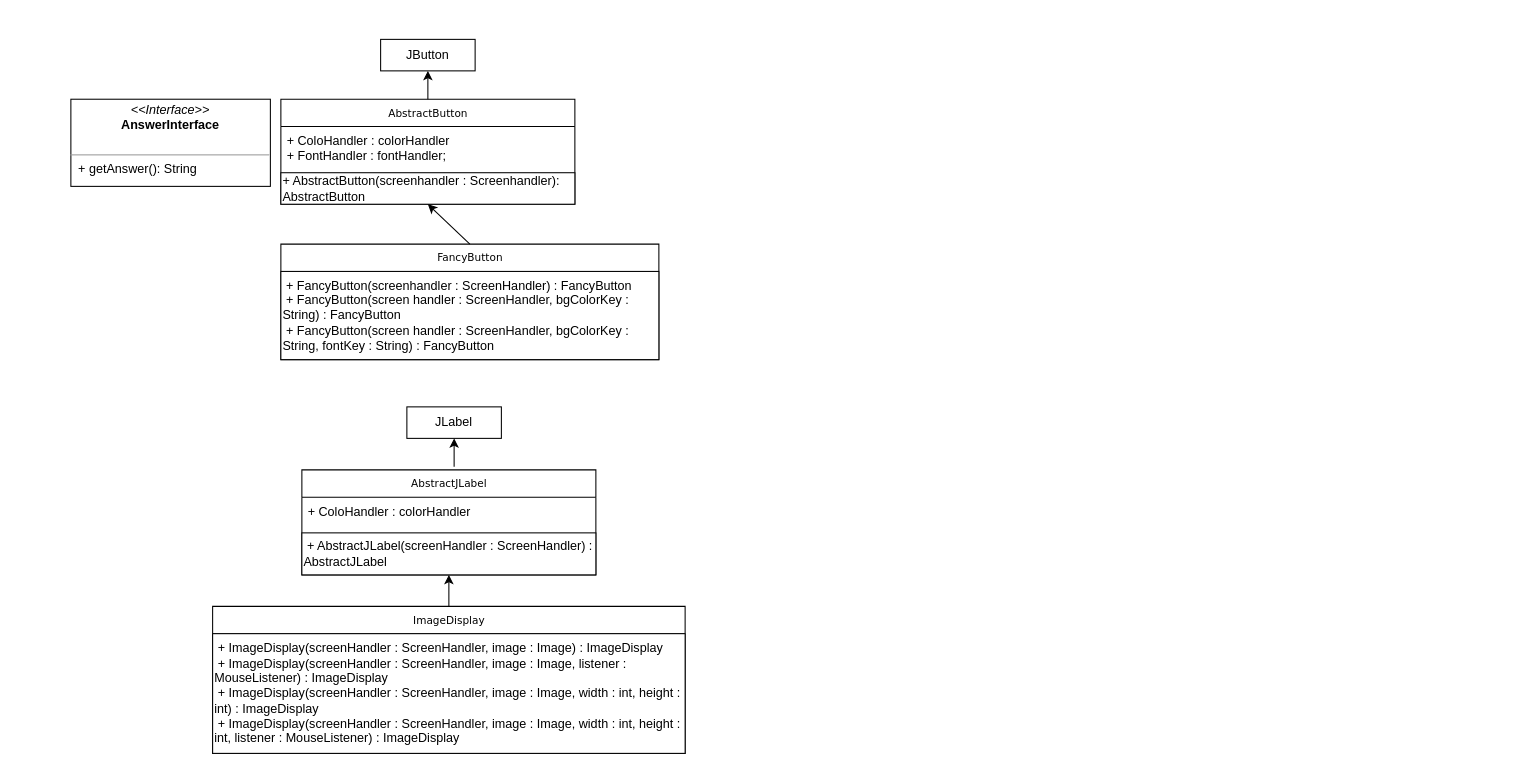
The draw.io diagram Klassenstrukturen/Untitled Diagram.drawio in JulianGottfried/ATdIT_Gruppe2, before the edit. Source tidied: cells renumbered, new cells numbered last; positions are measured from the earlier drawing's top-left corner, leaving out a move shared by most shapes. Both pictures are drawn from the tidied source at 105%, with x=0, y=0 at pixel (70, 39).
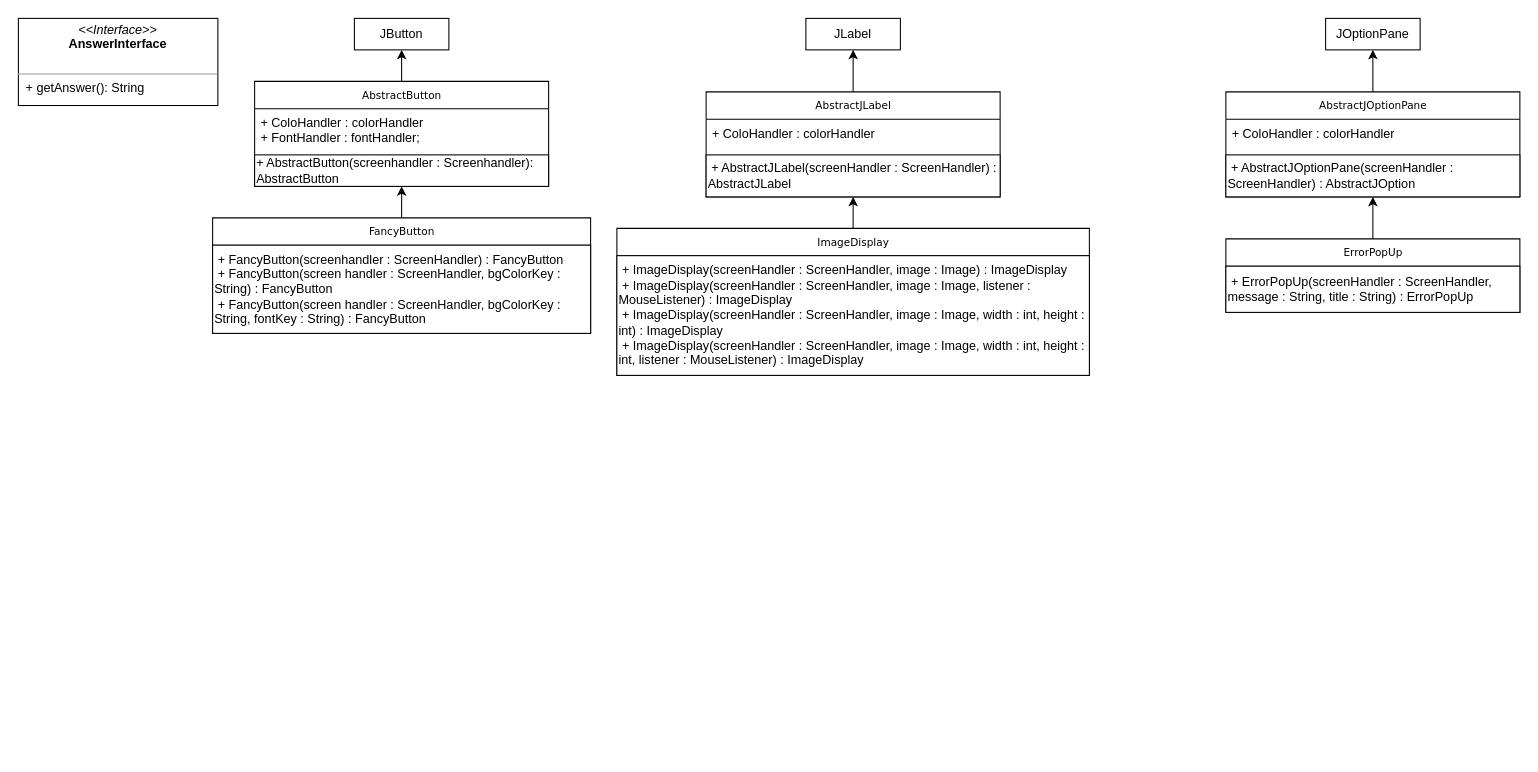
The same page after the edit.

The change refers to these unchanged cells:
```xml
<mxCell id="14" value="&amp;nbsp;+ AbstractJLabel(screenHandler : ScreenHandler) : AbstractJLabel" style="rounded=0;whiteSpace=wrap;html=1;align=left;" parent="12" vertex="1">
  <mxGeometry y="60" width="280" height="40" as="geometry" />
</mxCell>
```

Change to the diagram source:
```diff
@@
     <mxCell id="2" value="AbstractButton" style="swimlane;html=1;fontStyle=0;horizontal=1;startSize=26;fillColor=none;swimlaneFillColor=#ffffff;rounded=0;shadow=0;comic=0;labelBackgroundColor=none;strokeWidth=1;fontFamily=Verdana;fontSize=10;align=center;" parent="1" vertex="1">
-      <mxGeometry x="200" y="57" width="280" height="100" as="geometry" />
+      <mxGeometry x="175" y="40" width="280" height="100" as="geometry" />
     </mxCell>
@@
     <mxCell id="5" value="&lt;p style=&quot;margin: 0px ; margin-top: 4px ; text-align: center&quot;&gt;&lt;i&gt;&amp;lt;&amp;lt;Interface&amp;gt;&amp;gt;&lt;/i&gt;&lt;br&gt;&lt;b&gt;AnswerInterface&lt;/b&gt;&lt;/p&gt;&lt;p style=&quot;margin: 0px ; margin-left: 4px&quot;&gt;&lt;br&gt;&lt;/p&gt;&lt;hr size=&quot;1&quot;&gt;&lt;p style=&quot;margin: 0px ; margin-left: 4px&quot;&gt;&amp;nbsp;+ getAnswer(): String&lt;br&gt;&lt;/p&gt;" style="verticalAlign=top;align=left;overflow=fill;fontSize=12;fontFamily=Helvetica;html=1;rounded=0;shadow=0;comic=0;labelBackgroundColor=none;strokeWidth=1;" parent="1" vertex="1">
-      <mxGeometry y="57" width="190" height="83" as="geometry" />
+      <mxGeometry x="-50" y="-20" width="190" height="83" as="geometry" />
     </mxCell>
     <mxCell id="6" value="JButton" style="rounded=0;whiteSpace=wrap;html=1;" parent="1" vertex="1">
-      <mxGeometry x="295" width="90" height="30" as="geometry" />
+      <mxGeometry x="270" y="-20" width="90" height="30" as="geometry" />
     </mxCell>
@@
     <mxCell id="8" value="FancyButton" style="swimlane;html=1;fontStyle=0;horizontal=1;startSize=26;fillColor=none;swimlaneFillColor=#ffffff;rounded=0;shadow=0;comic=0;labelBackgroundColor=none;strokeWidth=1;fontFamily=Verdana;fontSize=10;align=center;" parent="1" vertex="1">
-      <mxGeometry x="200" y="195" width="360" height="110" as="geometry" />
+      <mxGeometry x="135" y="170" width="360" height="110" as="geometry" />
     </mxCell>
@@
     <mxCell id="11" value="JLabel" style="rounded=0;whiteSpace=wrap;html=1;" parent="1" vertex="1">
-      <mxGeometry x="320" y="350" width="90" height="30" as="geometry" />
+      <mxGeometry x="700" y="-20" width="90" height="30" as="geometry" />
     </mxCell>
     <mxCell id="12" value="AbstractJLabel" style="swimlane;html=1;fontStyle=0;horizontal=1;startSize=26;fillColor=none;swimlaneFillColor=#ffffff;rounded=0;shadow=0;comic=0;labelBackgroundColor=none;strokeWidth=1;fontFamily=Verdana;fontSize=10;align=center;" parent="1" vertex="1">
-      <mxGeometry x="220" y="410" width="280" height="100" as="geometry" />
+      <mxGeometry x="605" y="50" width="280" height="100" as="geometry" />
     </mxCell>
@@
-    <mxCell id="15" style="endArrow=classic;html=1;entryX=0.5;entryY=1;entryDx=0;entryDy=0;" parent="1" edge="1" target="11">
-      <mxGeometry relative="1" as="geometry">
-        <mxPoint x="365" y="407" as="sourcePoint" />
-      </mxGeometry>
+    <mxCell id="15" style="endArrow=classic;html=1;entryX=0.5;entryY=1;entryDx=0;entryDy=0;exitX=0.5;exitY=0;exitDx=0;exitDy=0;" parent="1" edge="1" source="12" target="11">
+      <mxGeometry relative="1" as="geometry" />
     </mxCell>
     <mxCell id="16" value="ImageDisplay" style="swimlane;html=1;fontStyle=0;horizontal=1;startSize=26;fillColor=none;swimlaneFillColor=#ffffff;rounded=0;shadow=0;comic=0;labelBackgroundColor=none;strokeWidth=1;fontFamily=Verdana;fontSize=10;align=center;" parent="1" vertex="1">
-      <mxGeometry x="135" y="540" width="450" height="140" as="geometry" />
+      <mxGeometry x="520" y="180" width="450" height="140" as="geometry" />
     </mxCell>
@@
     <mxCell id="18" style="endArrow=classic;html=1;entryX=0.5;entryY=1;entryDx=0;entryDy=0;exitX=0.5;exitY=0;exitDx=0;exitDy=0;" parent="1" edge="1" source="16" target="14">
-      <mxGeometry relative="1" as="geometry">
-        <Array as="points">
-          <mxPoint x="360" y="540" />
-        </Array>
-      </mxGeometry>
+      <mxGeometry relative="1" as="geometry" />
     </mxCell>
+    <mxCell id="19" value="JOptionPane" style="rounded=0;whiteSpace=wrap;html=1;" parent="1" vertex="1">
+      <mxGeometry x="1195" y="-20" width="90" height="30" as="geometry" />
+    </mxCell>
+    <mxCell id="20" value="AbstractJOptionPane" style="swimlane;html=1;fontStyle=0;horizontal=1;startSize=26;fillColor=none;swimlaneFillColor=#ffffff;rounded=0;shadow=0;comic=0;labelBackgroundColor=none;strokeWidth=1;fontFamily=Verdana;fontSize=10;align=center;" parent="1" vertex="1">
+      <mxGeometry x="1100" y="50" width="280" height="100" as="geometry" />
+    </mxCell>
+    <mxCell id="21" value="+ ColoHandler : colorHandler" style="text;html=1;strokeColor=none;fillColor=none;align=left;verticalAlign=top;spacingLeft=4;spacingRight=4;whiteSpace=wrap;overflow=hidden;" parent="20" vertex="1">
+      <mxGeometry y="26" width="280" height="34" as="geometry" />
+    </mxCell>
+    <mxCell id="22" value="&amp;nbsp;+ AbstractJOptionPane(screenHandler : ScreenHandler) : AbstractJOption" style="rounded=0;whiteSpace=wrap;html=1;align=left;" parent="20" vertex="1">
+      <mxGeometry y="60" width="280" height="40" as="geometry" />
+    </mxCell>
+    <mxCell id="23" style="endArrow=classic;html=1;entryX=0.5;entryY=1;entryDx=0;entryDy=0;exitX=0.5;exitY=0;exitDx=0;exitDy=0;" parent="1" edge="1" source="20" target="19">
+      <mxGeometry relative="1" as="geometry" />
+    </mxCell>
+    <mxCell id="24" value="ErrorPopUp" style="swimlane;html=1;fontStyle=0;horizontal=1;startSize=26;fillColor=none;swimlaneFillColor=#ffffff;rounded=0;shadow=0;comic=0;labelBackgroundColor=none;strokeWidth=1;fontFamily=Verdana;fontSize=10;align=center;" parent="1" vertex="1">
+      <mxGeometry x="1100" y="190" width="280" height="70" as="geometry" />
+    </mxCell>
+    <mxCell id="25" value="&amp;nbsp;+ ErrorPopUp(screenHandler : ScreenHandler, message : String, title : String) : ErrorPopUp" style="rounded=0;whiteSpace=wrap;html=1;align=left;" parent="24" vertex="1">
+      <mxGeometry y="26" width="280" height="44" as="geometry" />
+    </mxCell>
+    <mxCell id="26" style="endArrow=classic;html=1;entryX=0.5;entryY=1;entryDx=0;entryDy=0;exitX=0.5;exitY=0;exitDx=0;exitDy=0;" parent="1" edge="1" source="24">
+      <mxGeometry relative="1" as="geometry">
+        <mxPoint x="1240" y="150" as="targetPoint" />
+      </mxGeometry>
+    </mxCell>
```
